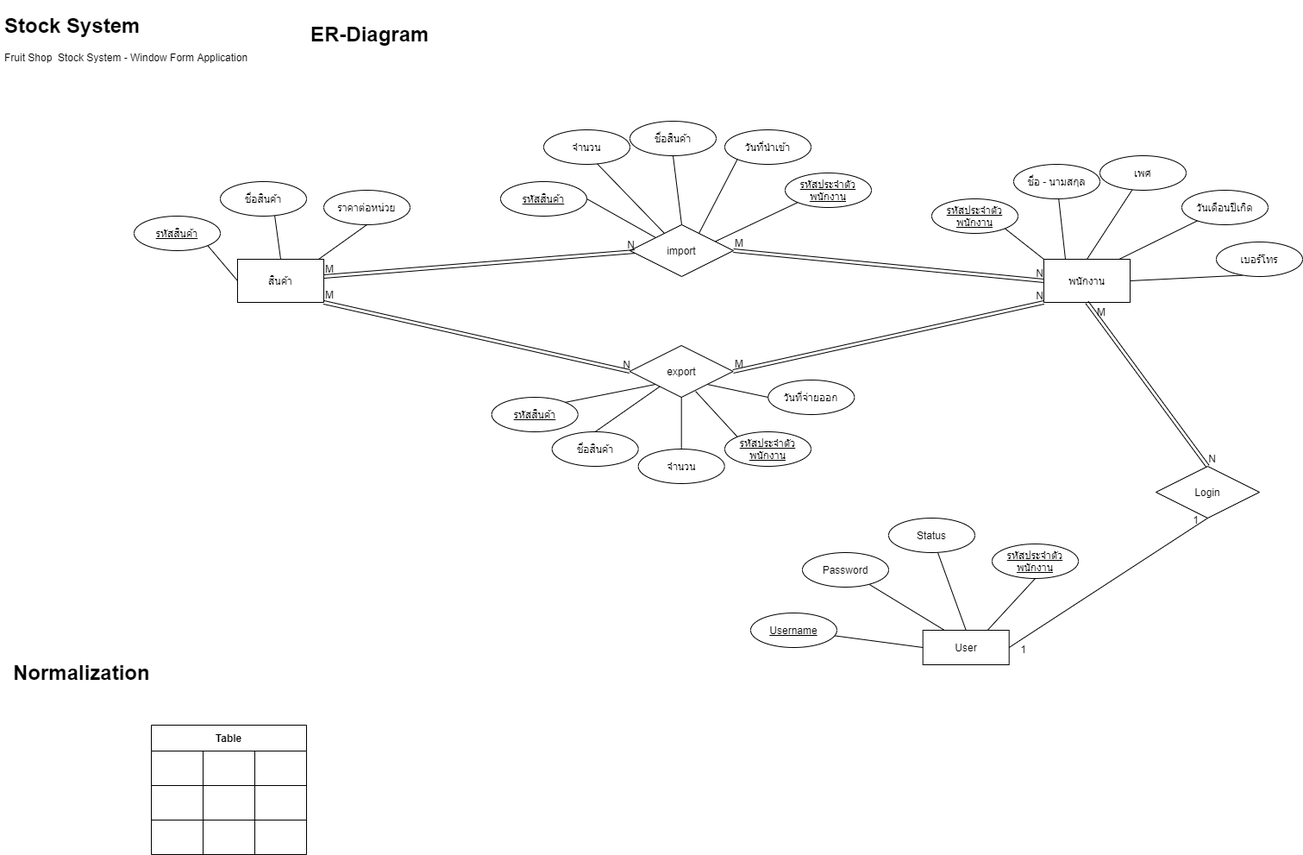
Above: ER-Diagram-Fruit-Stock.drawio.png in billowdev/pos-fruit-stock-window-form-app (draw.io), before the change. Source tidied: cells renumbered, new cells last; positions are measured from the earlier drawing's top-left corner, leaving out a move shared by most shapes.
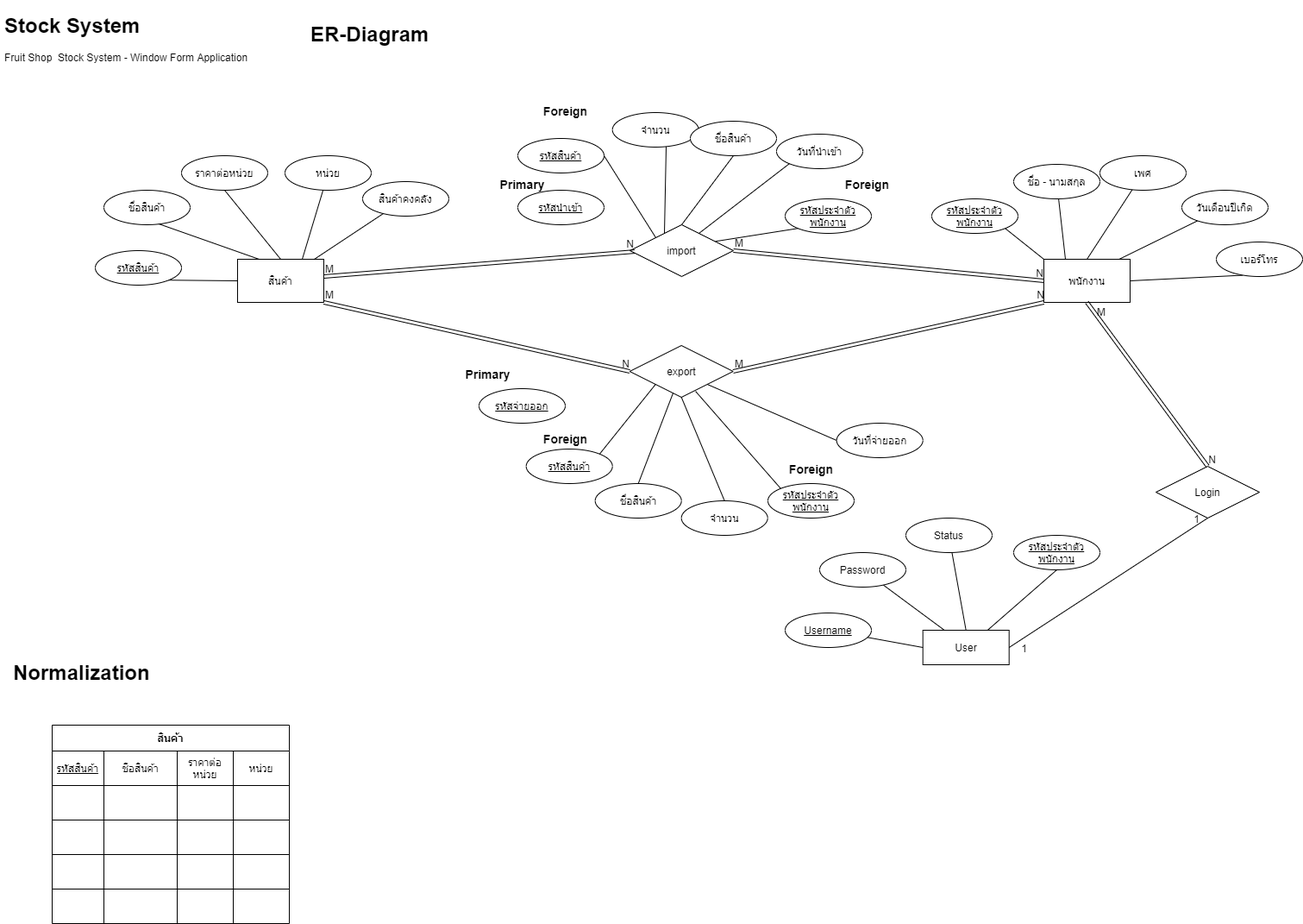
Later version of the same file.

What changed in the source:
```diff
@@ -2,10 +2,10 @@
   <root>
     <mxCell id="0" />
     <mxCell id="1" parent="0" />
-    <mxCell id="2" style="endArrow=none;html=1;rounded=0;entryX=0.5;entryY=1;entryDx=0;entryDy=0;exitX=0.928;exitY=0.017;exitDx=0;exitDy=0;exitPerimeter=0;" parent="1" edge="1" source="37" target="15">
+    <mxCell id="2" style="endArrow=none;html=1;rounded=0;entryX=0.5;entryY=1;entryDx=0;entryDy=0;exitX=0.5;exitY=0;exitDx=0;exitDy=0;" parent="1" edge="1" source="37" target="15">
       <mxGeometry relative="1" as="geometry" />
     </mxCell>
-    <mxCell id="3" style="endArrow=none;html=1;rounded=0;exitX=0.5;exitY=0;exitDx=0;exitDy=0;entryX=0.63;entryY=0.97;entryDx=0;entryDy=0;entryPerimeter=0;" parent="1" edge="1" source="37" target="14">
+    <mxCell id="3" style="endArrow=none;html=1;rounded=0;exitX=0.25;exitY=0;exitDx=0;exitDy=0;entryX=0.63;entryY=0.97;entryDx=0;entryDy=0;entryPerimeter=0;" parent="1" edge="1" source="37" target="14">
       <mxGeometry relative="1" as="geometry" />
     </mxCell>
     <mxCell id="4" style="endArrow=none;html=1;rounded=0;exitX=0;exitY=0.5;exitDx=0;exitDy=0;entryX=1;entryY=1;entryDx=0;entryDy=0;" parent="1" edge="1" source="37" target="13">
@@ -36,22 +36,22 @@
       <mxGeometry x="730" y="250" width="120" height="60" as="geometry" />
     </mxCell>
     <mxCell id="12" value="&lt;u&gt;รหัสสินค้า&lt;/u&gt;" style="ellipse;whiteSpace=wrap;html=1;align=center;fontStyle=4;" parent="1" vertex="1">
-      <mxGeometry x="580" y="200" width="100" height="40" as="geometry" />
+      <mxGeometry x="600" y="150" width="100" height="40" as="geometry" />
     </mxCell>
     <mxCell id="13" value="&lt;u&gt;รหัสสินค้า&lt;/u&gt;" style="ellipse;whiteSpace=wrap;html=1;align=center;fontStyle=4;" parent="1" vertex="1">
-      <mxGeometry x="155" y="240" width="100" height="40" as="geometry" />
+      <mxGeometry x="110" y="280" width="100" height="40" as="geometry" />
     </mxCell>
     <mxCell id="14" value="ชื่อสินค้า" style="ellipse;whiteSpace=wrap;html=1;align=center;" parent="1" vertex="1">
-      <mxGeometry x="255" y="200" width="100" height="40" as="geometry" />
+      <mxGeometry x="120" y="210" width="100" height="40" as="geometry" />
     </mxCell>
     <mxCell id="15" value="ราคาต่อหน่วย" style="ellipse;whiteSpace=wrap;html=1;align=center;" parent="1" vertex="1">
-      <mxGeometry x="375" y="210" width="100" height="40" as="geometry" />
+      <mxGeometry x="210" y="170" width="100" height="40" as="geometry" />
     </mxCell>
     <mxCell id="16" value="จำนวน" style="ellipse;whiteSpace=wrap;html=1;align=center;" parent="1" vertex="1">
-      <mxGeometry x="630" y="140" width="100" height="40" as="geometry" />
+      <mxGeometry x="709.7" y="120" width="100" height="40" as="geometry" />
     </mxCell>
     <mxCell id="17" value="วันที่นำเข้า" style="ellipse;whiteSpace=wrap;html=1;align=center;" parent="1" vertex="1">
-      <mxGeometry x="840" y="140" width="100" height="40" as="geometry" />
+      <mxGeometry x="900" y="145" width="100" height="40" as="geometry" />
     </mxCell>
     <mxCell id="18" value="ชื่อ - นามสกุล" style="ellipse;whiteSpace=wrap;html=1;align=center;" parent="1" vertex="1">
       <mxGeometry x="1175" y="180" width="100" height="40" as="geometry" />
@@ -69,7 +69,7 @@
       <mxGeometry x="1410" y="270" width="100" height="40" as="geometry" />
     </mxCell>
     <mxCell id="23" value="ชื่อสินค้า" style="ellipse;whiteSpace=wrap;html=1;align=center;" parent="1" vertex="1">
-      <mxGeometry x="730" y="130" width="100" height="40" as="geometry" />
+      <mxGeometry x="800" y="130" width="100" height="40" as="geometry" />
     </mxCell>
     <mxCell id="24" style="endArrow=none;html=1;rounded=0;entryX=0.623;entryY=0.989;entryDx=0;entryDy=0;entryPerimeter=0;" parent="1" edge="1" target="16">
       <mxGeometry relative="1" as="geometry">
@@ -109,7 +109,7 @@
       <mxGeometry x="1" relative="1" as="geometry" />
     </mxCell>
     <mxCell id="35" value="&lt;u&gt;รหัสประจำตัวพนักงาน&lt;/u&gt;" style="ellipse;whiteSpace=wrap;html=1;align=center;fontStyle=4;" parent="1" vertex="1">
-      <mxGeometry x="910" y="190" width="100" height="40" as="geometry" />
+      <mxGeometry x="910" y="220" width="100" height="40" as="geometry" />
     </mxCell>
     <mxCell id="36" style="endArrow=none;html=1;rounded=0;entryX=0;entryY=1;entryDx=0;entryDy=0;exitX=0.827;exitY=0.321;exitDx=0;exitDy=0;exitPerimeter=0;" parent="1" edge="1" source="11" target="35">
       <mxGeometry relative="1" as="geometry" />
@@ -133,13 +133,13 @@
       <mxGeometry relative="1" as="geometry" />
     </mxCell>
     <mxCell id="42" value="Password" style="ellipse;whiteSpace=wrap;html=1;align=center;" parent="1" vertex="1">
-      <mxGeometry x="930" y="630" width="100" height="40" as="geometry" />
+      <mxGeometry x="950" y="630" width="100" height="40" as="geometry" />
     </mxCell>
     <mxCell id="43" value="Username" style="ellipse;whiteSpace=wrap;html=1;align=center;fontStyle=4;" parent="1" vertex="1">
-      <mxGeometry x="870" y="700" width="100" height="40" as="geometry" />
+      <mxGeometry x="910" y="700" width="100" height="40" as="geometry" />
     </mxCell>
     <mxCell id="44" value="Status" style="ellipse;whiteSpace=wrap;html=1;align=center;" parent="1" vertex="1">
-      <mxGeometry x="1030" y="590" width="100" height="40" as="geometry" />
+      <mxGeometry x="1050" y="590" width="100" height="40" as="geometry" />
     </mxCell>
     <mxCell id="45" value="User" style="whiteSpace=wrap;html=1;align=center;" parent="1" vertex="1">
       <mxGeometry x="1069.7" y="720" width="100" height="40" as="geometry" />
@@ -169,19 +169,19 @@
       <mxGeometry x="1" relative="1" as="geometry" />
     </mxCell>
     <mxCell id="54" value="&lt;u&gt;รหัสสินค้า&lt;/u&gt;" style="ellipse;whiteSpace=wrap;html=1;align=center;fontStyle=4;" parent="1" vertex="1">
-      <mxGeometry x="569.7" y="450" width="100" height="40" as="geometry" />
+      <mxGeometry x="609.7" y="510" width="100" height="40" as="geometry" />
     </mxCell>
     <mxCell id="55" value="จำนวน" style="ellipse;whiteSpace=wrap;html=1;align=center;" parent="1" vertex="1">
-      <mxGeometry x="739.7" y="510" width="100" height="40" as="geometry" />
+      <mxGeometry x="789.7" y="570" width="100" height="40" as="geometry" />
     </mxCell>
     <mxCell id="56" value="วันที่จ่ายออก" style="ellipse;whiteSpace=wrap;html=1;align=center;" parent="1" vertex="1">
-      <mxGeometry x="890.3" y="430" width="100" height="40" as="geometry" />
+      <mxGeometry x="969.7" y="480" width="100" height="40" as="geometry" />
     </mxCell>
     <mxCell id="57" value="ชื่อสินค้า" style="ellipse;whiteSpace=wrap;html=1;align=center;" parent="1" vertex="1">
-      <mxGeometry x="639.7" y="490" width="100" height="40" as="geometry" />
+      <mxGeometry x="689.7" y="550" width="100" height="40" as="geometry" />
     </mxCell>
     <mxCell id="58" value="&lt;u&gt;รหัสประจำตัวพนักงาน&lt;/u&gt;" style="ellipse;whiteSpace=wrap;html=1;align=center;fontStyle=4;" parent="1" vertex="1">
-      <mxGeometry x="840" y="490" width="100" height="40" as="geometry" />
+      <mxGeometry x="890" y="550" width="100" height="40" as="geometry" />
     </mxCell>
     <mxCell id="59" style="endArrow=none;html=1;rounded=0;entryX=1;entryY=0;entryDx=0;entryDy=0;exitX=0;exitY=1;exitDx=0;exitDy=0;" parent="1" edge="1" source="47" target="54">
       <mxGeometry relative="1" as="geometry" />
@@ -201,45 +201,84 @@
     <mxCell id="64" style="edgeStyle=orthogonalEdgeStyle;rounded=0;orthogonalLoop=1;jettySize=auto;html=1;exitX=0.5;exitY=1;exitDx=0;exitDy=0;" parent="1" edge="1" source="58" target="58">
       <mxGeometry relative="1" as="geometry" />
     </mxCell>
-    <mxCell id="65" value="Table" style="shape=table;startSize=30;fontStyle=1;align=center;" parent="1" vertex="1">
-      <mxGeometry x="175" y="830" width="180" height="150" as="geometry" />
+    <mxCell id="65" value="สินค้า" style="shape=table;startSize=30;fontStyle=1;align=center;" parent="1" vertex="1">
+      <mxGeometry x="60" y="830" width="275" height="230" as="geometry" />
     </mxCell>
     <mxCell id="66" style="shape=partialRectangle;html=1;whiteSpace=wrap;fillColor=none;top=0;left=0;bottom=0;right=0;" parent="65" vertex="1">
-      <mxGeometry y="30" width="180" height="40" as="geometry" />
+      <mxGeometry y="30" width="275" height="40" as="geometry" />
     </mxCell>
-    <mxCell id="67" style="shape=partialRectangle;html=1;whiteSpace=wrap;fillColor=none;top=0;left=0;bottom=0;right=0;overflow=hidden;" parent="66" vertex="1">
+    <mxCell id="67" value="&lt;u&gt;รหัสสินค้า&lt;/u&gt;" style="shape=partialRectangle;html=1;whiteSpace=wrap;fillColor=none;top=0;left=0;bottom=0;right=0;overflow=hidden;" parent="66" vertex="1">
       <mxGeometry width="60" height="40" as="geometry" />
     </mxCell>
-    <mxCell id="68" style="shape=partialRectangle;html=1;whiteSpace=wrap;fillColor=none;top=0;left=0;bottom=0;right=0;overflow=hidden;" parent="66" vertex="1">
-      <mxGeometry x="60" width="60" height="40" as="geometry" />
+    <mxCell id="68" value="&lt;span&gt;ชื่อสินค้า&lt;/span&gt;" style="shape=partialRectangle;html=1;whiteSpace=wrap;fillColor=none;top=0;left=0;bottom=0;right=0;overflow=hidden;" parent="66" vertex="1">
+      <mxGeometry x="60" width="85" height="40" as="geometry" />
     </mxCell>
-    <mxCell id="69" style="shape=partialRectangle;html=1;whiteSpace=wrap;fillColor=none;top=0;left=0;bottom=0;right=0;overflow=hidden;" parent="66" vertex="1">
-      <mxGeometry x="120" width="60" height="40" as="geometry" />
-    </mxCell>
+    <mxCell id="90" value="&lt;span&gt;ราคาต่อหน่วย&lt;/span&gt;" style="shape=partialRectangle;html=1;whiteSpace=wrap;fillColor=none;top=0;left=0;bottom=0;right=0;overflow=hidden;" parent="66" vertex="1">
+      <mxGeometry x="145" width="65" height="40" as="geometry" />
+    </mxCell>
+    <mxCell id="91" value="หน่วย" style="shape=partialRectangle;html=1;whiteSpace=wrap;fillColor=none;top=0;left=0;bottom=0;right=0;overflow=hidden;" parent="66" vertex="1">
+      <mxGeometry x="210" width="65" height="40" as="geometry" />
+    </mxCell>
+    <mxCell id="92" style="shape=partialRectangle;html=1;whiteSpace=wrap;fillColor=none;top=0;left=0;bottom=0;right=0;" parent="65" vertex="1">
+      <mxGeometry y="70" width="275" height="40" as="geometry" />
+    </mxCell>
+    <mxCell id="93" style="shape=partialRectangle;html=1;whiteSpace=wrap;fillColor=none;top=0;left=0;bottom=0;right=0;overflow=hidden;" parent="92" vertex="1">
+      <mxGeometry width="60" height="40" as="geometry" />
+    </mxCell>
+    <mxCell id="94" style="shape=partialRectangle;html=1;whiteSpace=wrap;fillColor=none;top=0;left=0;bottom=0;right=0;overflow=hidden;" parent="92" vertex="1">
+      <mxGeometry x="60" width="85" height="40" as="geometry" />
+    </mxCell>
+    <mxCell id="95" style="shape=partialRectangle;html=1;whiteSpace=wrap;fillColor=none;top=0;left=0;bottom=0;right=0;overflow=hidden;" parent="92" vertex="1">
+      <mxGeometry x="145" width="65" height="40" as="geometry" />
+    </mxCell>
+    <mxCell id="96" style="shape=partialRectangle;html=1;whiteSpace=wrap;fillColor=none;top=0;left=0;bottom=0;right=0;overflow=hidden;" parent="92" vertex="1">
+      <mxGeometry x="210" width="65" height="40" as="geometry" />
+    </mxCell>
     <mxCell id="70" style="shape=partialRectangle;html=1;whiteSpace=wrap;fillColor=none;top=0;left=0;bottom=0;right=0;" parent="65" vertex="1">
-      <mxGeometry y="70" width="180" height="40" as="geometry" />
+      <mxGeometry y="110" width="275" height="40" as="geometry" />
     </mxCell>
     <mxCell id="71" style="shape=partialRectangle;html=1;whiteSpace=wrap;fillColor=none;top=0;left=0;bottom=0;right=0;overflow=hidden;" parent="70" vertex="1">
       <mxGeometry width="60" height="40" as="geometry" />
     </mxCell>
     <mxCell id="72" style="shape=partialRectangle;html=1;whiteSpace=wrap;fillColor=none;top=0;left=0;bottom=0;right=0;overflow=hidden;" parent="70" vertex="1">
-      <mxGeometry x="60" width="60" height="40" as="geometry" />
+      <mxGeometry x="60" width="85" height="40" as="geometry" />
     </mxCell>
-    <mxCell id="73" style="shape=partialRectangle;html=1;whiteSpace=wrap;fillColor=none;top=0;left=0;bottom=0;right=0;overflow=hidden;" parent="70" vertex="1">
-      <mxGeometry x="120" width="60" height="40" as="geometry" />
-    </mxCell>
+    <mxCell id="97" style="shape=partialRectangle;html=1;whiteSpace=wrap;fillColor=none;top=0;left=0;bottom=0;right=0;overflow=hidden;" parent="70" vertex="1">
+      <mxGeometry x="145" width="65" height="40" as="geometry" />
+    </mxCell>
+    <mxCell id="98" style="shape=partialRectangle;html=1;whiteSpace=wrap;fillColor=none;top=0;left=0;bottom=0;right=0;overflow=hidden;" parent="70" vertex="1">
+      <mxGeometry x="210" width="65" height="40" as="geometry" />
+    </mxCell>
     <mxCell id="74" style="shape=partialRectangle;html=1;whiteSpace=wrap;fillColor=none;top=0;left=0;bottom=0;right=0;" parent="65" vertex="1">
-      <mxGeometry y="110" width="180" height="40" as="geometry" />
+      <mxGeometry y="150" width="275" height="40" as="geometry" />
     </mxCell>
     <mxCell id="75" style="shape=partialRectangle;html=1;whiteSpace=wrap;fillColor=none;top=0;left=0;bottom=0;right=0;overflow=hidden;" parent="74" vertex="1">
       <mxGeometry width="60" height="40" as="geometry" />
     </mxCell>
     <mxCell id="76" style="shape=partialRectangle;html=1;whiteSpace=wrap;fillColor=none;top=0;left=0;bottom=0;right=0;overflow=hidden;" parent="74" vertex="1">
-      <mxGeometry x="60" width="60" height="40" as="geometry" />
+      <mxGeometry x="60" width="85" height="40" as="geometry" />
     </mxCell>
-    <mxCell id="77" style="shape=partialRectangle;html=1;whiteSpace=wrap;fillColor=none;top=0;left=0;bottom=0;right=0;overflow=hidden;" parent="74" vertex="1">
-      <mxGeometry x="120" width="60" height="40" as="geometry" />
-    </mxCell>
+    <mxCell id="99" style="shape=partialRectangle;html=1;whiteSpace=wrap;fillColor=none;top=0;left=0;bottom=0;right=0;overflow=hidden;" parent="74" vertex="1">
+      <mxGeometry x="145" width="65" height="40" as="geometry" />
+    </mxCell>
+    <mxCell id="100" style="shape=partialRectangle;html=1;whiteSpace=wrap;fillColor=none;top=0;left=0;bottom=0;right=0;overflow=hidden;" parent="74" vertex="1">
+      <mxGeometry x="210" width="65" height="40" as="geometry" />
+    </mxCell>
+    <mxCell id="101" style="shape=partialRectangle;html=1;whiteSpace=wrap;fillColor=none;top=0;left=0;bottom=0;right=0;" parent="65" vertex="1">
+      <mxGeometry y="190" width="275" height="40" as="geometry" />
+    </mxCell>
+    <mxCell id="102" style="shape=partialRectangle;html=1;whiteSpace=wrap;fillColor=none;top=0;left=0;bottom=0;right=0;overflow=hidden;" parent="101" vertex="1">
+      <mxGeometry width="60" height="40" as="geometry" />
+    </mxCell>
+    <mxCell id="103" style="shape=partialRectangle;html=1;whiteSpace=wrap;fillColor=none;top=0;left=0;bottom=0;right=0;overflow=hidden;" parent="101" vertex="1">
+      <mxGeometry x="60" width="85" height="40" as="geometry" />
+    </mxCell>
+    <mxCell id="104" style="shape=partialRectangle;html=1;whiteSpace=wrap;fillColor=none;top=0;left=0;bottom=0;right=0;overflow=hidden;" parent="101" vertex="1">
+      <mxGeometry x="145" width="65" height="40" as="geometry" />
+    </mxCell>
+    <mxCell id="105" style="shape=partialRectangle;html=1;whiteSpace=wrap;fillColor=none;top=0;left=0;bottom=0;right=0;overflow=hidden;" parent="101" vertex="1">
+      <mxGeometry x="210" width="65" height="40" as="geometry" />
+    </mxCell>
     <mxCell id="78" value="&lt;h1&gt;ER-Diagram&lt;/h1&gt;" style="text;html=1;strokeColor=none;fillColor=none;spacing=5;spacingTop=-20;whiteSpace=wrap;overflow=hidden;rounded=0;" parent="1" vertex="1">
       <mxGeometry x="355" y="10" width="190" height="50" as="geometry" />
     </mxCell>
@@ -247,7 +286,7 @@
       <mxGeometry x="10" y="750" width="190" height="50" as="geometry" />
     </mxCell>
     <mxCell id="80" value="&lt;u&gt;รหัสประจำตัวพนักงาน&lt;/u&gt;" style="ellipse;whiteSpace=wrap;html=1;align=center;fontStyle=4;" parent="1" vertex="1">
-      <mxGeometry x="1150" y="620" width="100" height="40" as="geometry" />
+      <mxGeometry x="1175" y="610" width="100" height="40" as="geometry" />
     </mxCell>
     <mxCell id="81" style="endArrow=none;html=1;rounded=0;exitX=0.75;exitY=0;exitDx=0;exitDy=0;entryX=0.5;entryY=1;entryDx=0;entryDy=0;" parent="1" edge="1" source="45" target="80">
       <mxGeometry relative="1" as="geometry" />
@@ -284,5 +323,41 @@
     <mxCell id="89" style="endArrow=none;html=1;rounded=0;exitX=0;exitY=0.5;exitDx=0;exitDy=0;" parent="1" edge="1" source="45" target="43">
       <mxGeometry relative="1" as="geometry" />
     </mxCell>
+    <mxCell id="106" value="หน่วย" style="ellipse;whiteSpace=wrap;html=1;align=center;" parent="1" vertex="1">
+      <mxGeometry x="330" y="170" width="100" height="40" as="geometry" />
+    </mxCell>
+    <mxCell id="107" style="endArrow=none;html=1;rounded=0;exitX=0.75;exitY=0;exitDx=0;exitDy=0;" parent="1" edge="1" source="37" target="106">
+      <mxGeometry relative="1" as="geometry" />
+    </mxCell>
+    <mxCell id="108" value="สินค้าคงคลัง" style="ellipse;whiteSpace=wrap;html=1;align=center;" parent="1" vertex="1">
+      <mxGeometry x="420" y="200" width="100" height="40" as="geometry" />
+    </mxCell>
+    <mxCell id="109" style="endArrow=none;html=1;rounded=0;exitX=0.884;exitY=0.008;exitDx=0;exitDy=0;exitPerimeter=0;" parent="1" edge="1" source="37" target="108">
+      <mxGeometry relative="1" as="geometry" />
+    </mxCell>
+    <mxCell id="110" value="&lt;font style=&quot;font-size: 14px&quot;&gt;Foreign&lt;/font&gt;" style="text;strokeColor=none;fillColor=none;html=1;fontSize=24;fontStyle=1;verticalAlign=middle;align=center;startSize=30;" parent="1" vertex="1">
+      <mxGeometry x="960" y="190" width="90" height="20" as="geometry" />
+    </mxCell>
+    <mxCell id="111" value="&lt;font style=&quot;font-size: 14px&quot;&gt;Foreign&lt;/font&gt;" style="text;strokeColor=none;fillColor=none;html=1;fontSize=24;fontStyle=1;verticalAlign=middle;align=center;startSize=30;" parent="1" vertex="1">
+      <mxGeometry x="610" y="100" width="90" height="30" as="geometry" />
+    </mxCell>
+    <mxCell id="112" value="รหัสนำเข้า" style="ellipse;whiteSpace=wrap;html=1;align=center;fontStyle=4;" parent="1" vertex="1">
+      <mxGeometry x="600" y="210" width="100" height="40" as="geometry" />
+    </mxCell>
+    <mxCell id="113" value="&lt;font style=&quot;font-size: 14px&quot;&gt;Primary&lt;/font&gt;" style="text;strokeColor=none;fillColor=none;html=1;fontSize=24;fontStyle=1;verticalAlign=middle;align=center;startSize=30;" parent="1" vertex="1">
+      <mxGeometry x="560" y="185" width="90" height="30" as="geometry" />
+    </mxCell>
+    <mxCell id="114" value="&lt;font style=&quot;font-size: 14px&quot;&gt;Foreign&lt;/font&gt;" style="text;strokeColor=none;fillColor=none;html=1;fontSize=24;fontStyle=1;verticalAlign=middle;align=center;startSize=30;" parent="1" vertex="1">
+      <mxGeometry x="609.7" y="480" width="90" height="30" as="geometry" />
+    </mxCell>
+    <mxCell id="115" value="&lt;font style=&quot;font-size: 14px&quot;&gt;Foreign&lt;/font&gt;" style="text;strokeColor=none;fillColor=none;html=1;fontSize=24;fontStyle=1;verticalAlign=middle;align=center;startSize=30;" parent="1" vertex="1">
+      <mxGeometry x="895" y="515" width="90" height="30" as="geometry" />
+    </mxCell>
+    <mxCell id="116" value="&lt;font style=&quot;font-size: 14px&quot;&gt;Primary&lt;/font&gt;" style="text;strokeColor=none;fillColor=none;html=1;fontSize=24;fontStyle=1;verticalAlign=middle;align=center;startSize=30;" parent="1" vertex="1">
+      <mxGeometry x="520" y="405" width="90" height="30" as="geometry" />
+    </mxCell>
+    <mxCell id="117" value="รหัสจ่ายออก" style="ellipse;whiteSpace=wrap;html=1;align=center;fontStyle=4;" parent="1" vertex="1">
+      <mxGeometry x="555" y="440" width="100" height="40" as="geometry" />
+    </mxCell>
   </root>
 </mxGraphModel>
```
